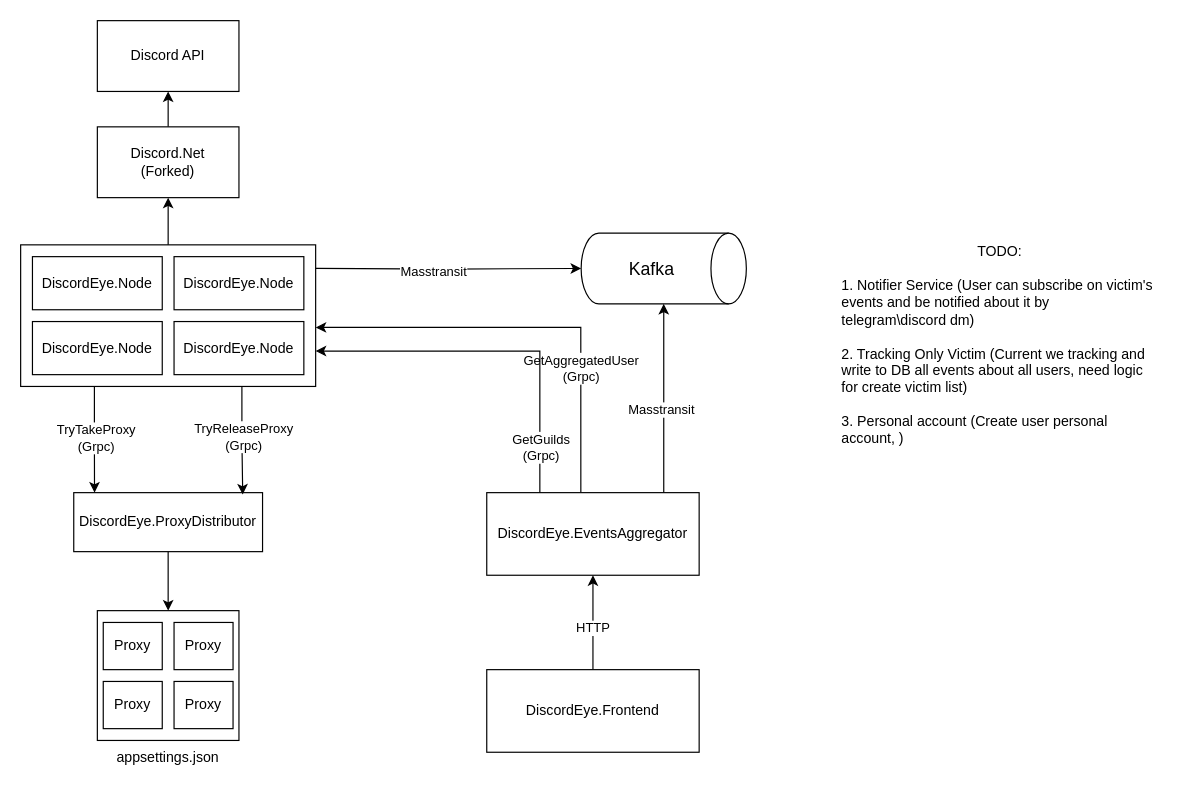
Earlier version of the draw.io diagram DiscordEye.Scheme.drawio (7645re/DiscordEye). Source tidied: cells renumbered, new cells numbered last; positions are measured from the earlier drawing's top-left corner, leaving out a move shared by most shapes. Both pictures are drawn from the tidied source at 118%, with x=0, y=0 at pixel (20, 20).
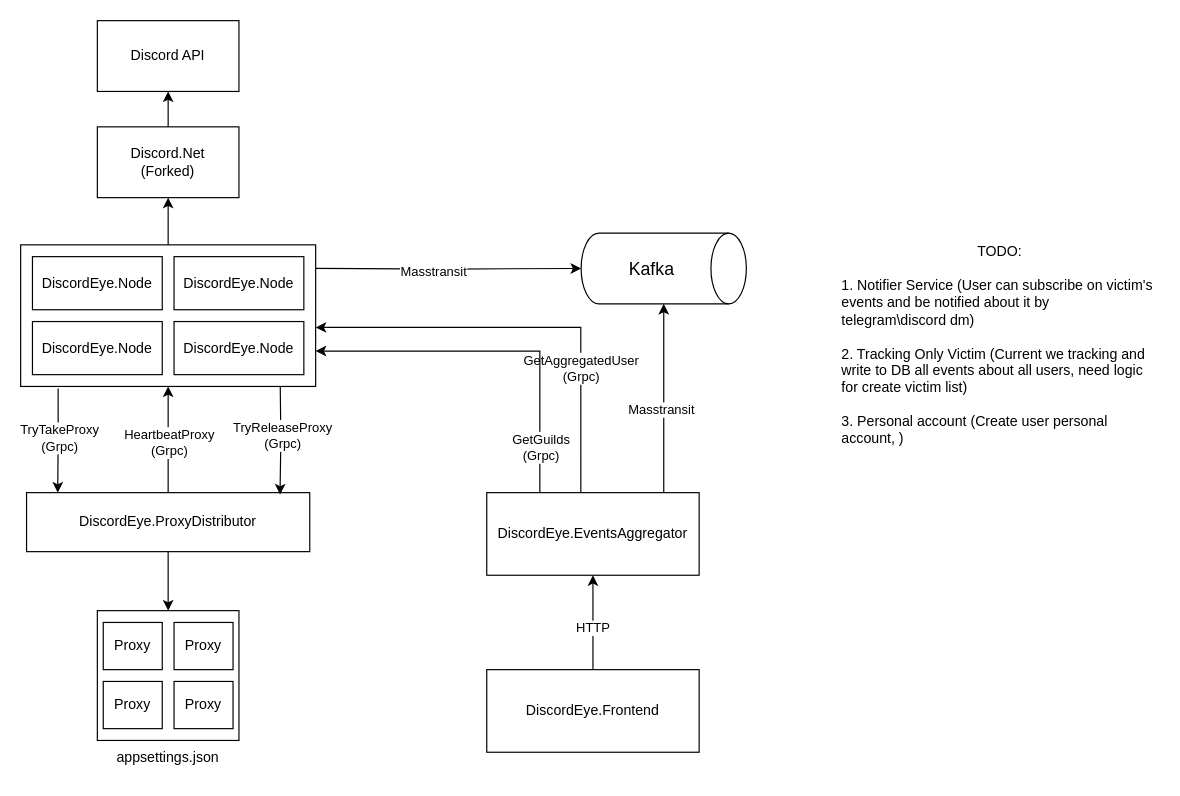
Above is the later version.

Unchanged cells that the change refers to:
```xml
<mxCell id="16" style="rounded=0;whiteSpace=wrap;html=1;" parent="15" vertex="1">
  <mxGeometry width="250" height="120" as="geometry" />
</mxCell>
```

The edit, as a diff of the source:
```diff
@@
+    <mxCell id="44" style="edgeStyle=orthogonalEdgeStyle;rounded=0;jettySize=auto;html=1;entryX=0.5;entryY=1;entryDx=0;entryDy=0;" parent="1" edge="1" source="23" target="16">
+      <mxGeometry relative="1" as="geometry" />
+    </mxCell>
+    <mxCell id="45" value="HeartbeatProxy&lt;br&gt;(Grpc)" style="edgeLabel;html=1;align=center;verticalAlign=middle;" parent="44" vertex="1">
+      <mxGeometry x="-0.04" relative="1" as="geometry" />
+    </mxCell>
     <mxCell id="23" value="DiscordEye.ProxyDistributor" style="rounded=0;whiteSpace=wrap;html=1;" parent="1" vertex="1">
-      <mxGeometry x="45" y="400" width="160" height="50" as="geometry" />
+      <mxGeometry x="5" y="400" width="240" height="50" as="geometry" />
     </mxCell>
-    <mxCell id="24" style="edgeStyle=orthogonalEdgeStyle;rounded=0;jettySize=auto;html=1;exitX=0.25;exitY=1;exitDx=0;exitDy=0;entryX=0.11;entryY=0;entryDx=0;entryDy=0;entryPerimeter=0;" parent="1" edge="1" source="16" target="23">
+    <mxCell id="24" style="edgeStyle=orthogonalEdgeStyle;rounded=0;jettySize=auto;html=1;exitX=0.127;exitY=1.014;exitDx=0;exitDy=0;entryX=0.11;entryY=0;entryDx=0;entryDy=0;entryPerimeter=0;exitPerimeter=0;" parent="1" edge="1" source="16" target="23">
       <mxGeometry relative="1" as="geometry" />
     </mxCell>
@@
-    <mxCell id="26" style="edgeStyle=orthogonalEdgeStyle;rounded=0;jettySize=auto;html=1;exitX=0.75;exitY=1;exitDx=0;exitDy=0;entryX=0.895;entryY=0.032;entryDx=0;entryDy=0;entryPerimeter=0;" parent="1" edge="1" source="16" target="23">
-      <mxGeometry relative="1" as="geometry" />
+    <mxCell id="26" style="edgeStyle=orthogonalEdgeStyle;rounded=0;jettySize=auto;html=1;entryX=0.895;entryY=0.032;entryDx=0;entryDy=0;entryPerimeter=0;" parent="1" edge="1" target="23">
+      <mxGeometry relative="1" as="geometry">
+        <mxPoint x="220" y="310" as="sourcePoint" />
+      </mxGeometry>
     </mxCell>
```
